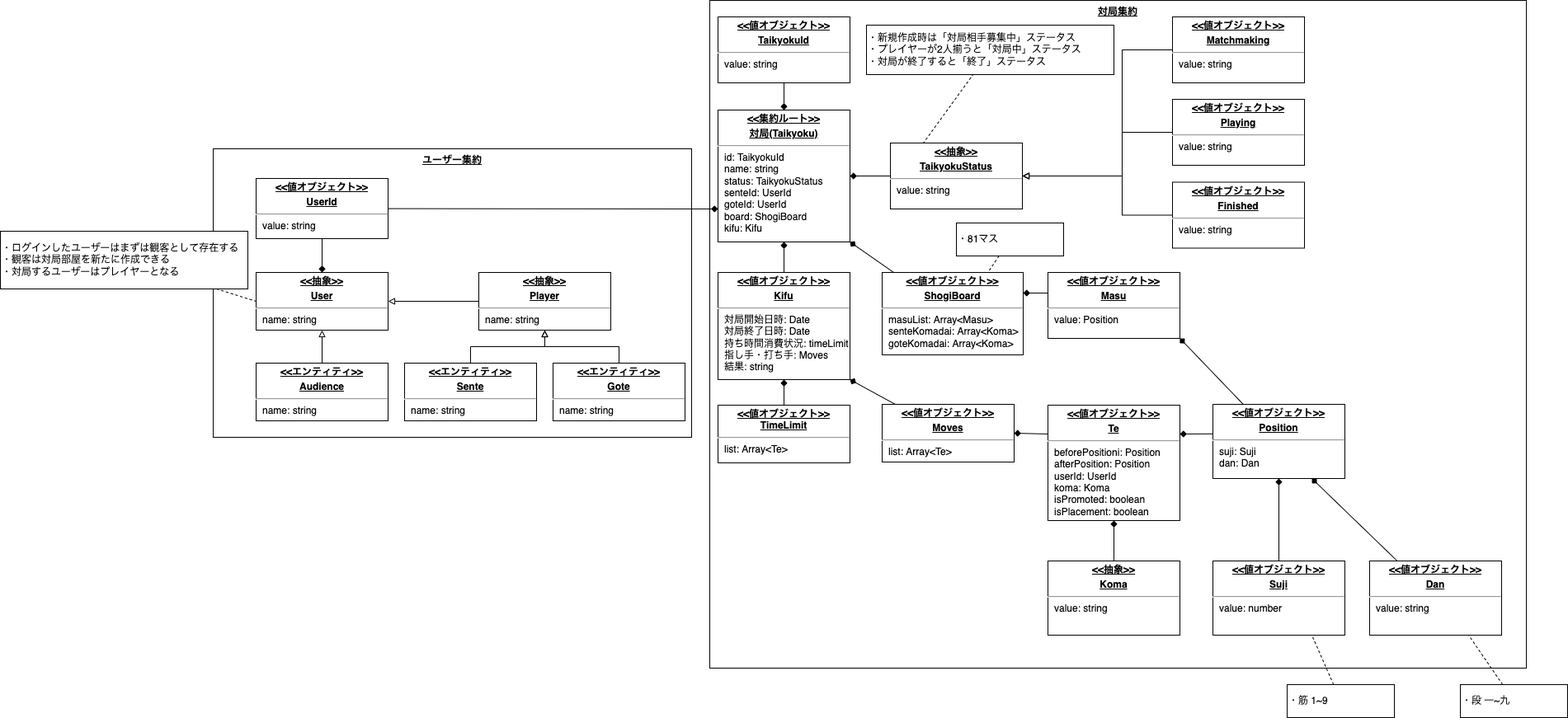
Earlier version of the draw.io export doc/ドメインモデル図.drawio.png (naohiro-kumagai/shogi). Source tidied: cells renumbered, new cells last; positions are measured from the earlier drawing's top-left corner, leaving out a move shared by most shapes.
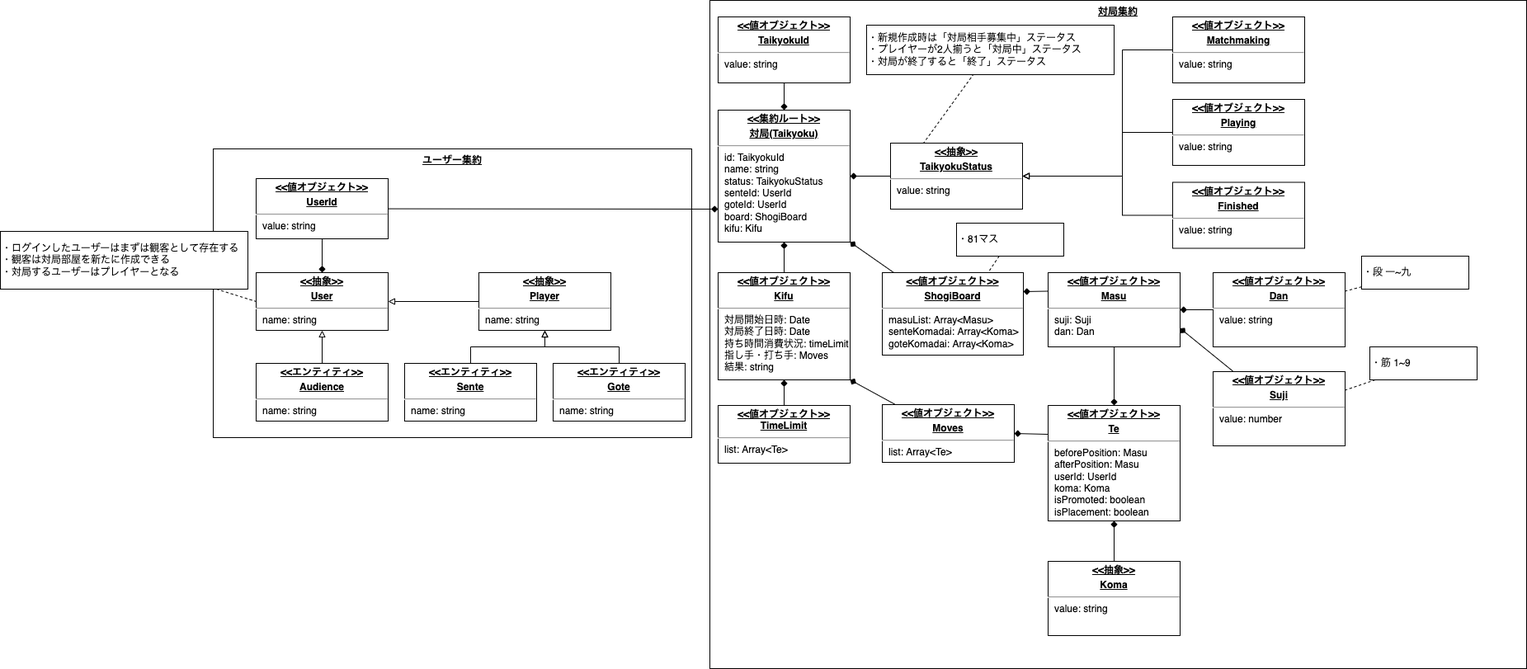
Later version of the same file.

Commit message:
Position classを削除

What changed in the source:
```diff
@@ -123,7 +123,7 @@
     <mxCell id="35" style="edgeStyle=none;html=1;entryX=1;entryY=0.5;entryDx=0;entryDy=0;endArrow=diamond;endFill=1;exitX=0;exitY=0.25;exitDx=0;exitDy=0;" parent="1" edge="1" source="36" target="38">
       <mxGeometry relative="1" as="geometry" />
     </mxCell>
-    <mxCell id="36" value="&lt;p style=&quot;margin:0px;margin-top:4px;text-align:center;text-decoration:underline;&quot;&gt;&lt;b&gt;&amp;lt;&amp;lt;値オブジェクト&amp;gt;&amp;gt;&lt;/b&gt;&lt;/p&gt;&lt;p style=&quot;margin:0px;margin-top:4px;text-align:center;text-decoration:underline;&quot;&gt;&lt;b&gt;Te&lt;/b&gt;&lt;/p&gt;&lt;hr&gt;&lt;p style=&quot;margin:0px;margin-left:8px;&quot;&gt;beforePositioni: Position&lt;/p&gt;&lt;p style=&quot;margin:0px;margin-left:8px;&quot;&gt;afterPosition: Position&lt;/p&gt;&lt;p style=&quot;margin:0px;margin-left:8px;&quot;&gt;userId: UserId&lt;/p&gt;&lt;p style=&quot;margin:0px;margin-left:8px;&quot;&gt;koma: Koma&lt;/p&gt;&lt;p style=&quot;margin:0px;margin-left:8px;&quot;&gt;isPromoted: boolean&lt;/p&gt;&lt;p style=&quot;margin:0px;margin-left:8px;&quot;&gt;isPlacement: boolean&lt;/p&gt;" style="verticalAlign=top;align=left;overflow=fill;fontSize=12;fontFamily=Helvetica;html=1;" parent="1" vertex="1">
+    <mxCell id="36" value="&lt;p style=&quot;margin:0px;margin-top:4px;text-align:center;text-decoration:underline;&quot;&gt;&lt;b&gt;&amp;lt;&amp;lt;値オブジェクト&amp;gt;&amp;gt;&lt;/b&gt;&lt;/p&gt;&lt;p style=&quot;margin:0px;margin-top:4px;text-align:center;text-decoration:underline;&quot;&gt;&lt;b&gt;Te&lt;/b&gt;&lt;/p&gt;&lt;hr&gt;&lt;p style=&quot;margin:0px;margin-left:8px;&quot;&gt;beforePosition: Masu&lt;/p&gt;&lt;p style=&quot;margin:0px;margin-left:8px;&quot;&gt;afterPosition: Masu&lt;/p&gt;&lt;p style=&quot;margin:0px;margin-left:8px;&quot;&gt;userId: UserId&lt;/p&gt;&lt;p style=&quot;margin:0px;margin-left:8px;&quot;&gt;koma: Koma&lt;/p&gt;&lt;p style=&quot;margin:0px;margin-left:8px;&quot;&gt;isPromoted: boolean&lt;/p&gt;&lt;p style=&quot;margin:0px;margin-left:8px;&quot;&gt;isPlacement: boolean&lt;/p&gt;" style="verticalAlign=top;align=left;overflow=fill;fontSize=12;fontFamily=Helvetica;html=1;" parent="1" vertex="1">
       <mxGeometry x="1270" y="491" width="160" height="140" as="geometry" />
     </mxCell>
     <mxCell id="37" style="edgeStyle=none;html=1;entryX=1;entryY=1;entryDx=0;entryDy=0;endArrow=diamond;endFill=1;" parent="1" edge="1" source="38" target="34">
@@ -132,26 +132,17 @@
     <mxCell id="38" value="&lt;p style=&quot;margin:0px;margin-top:4px;text-align:center;text-decoration:underline;&quot;&gt;&lt;b&gt;&amp;lt;&amp;lt;値オブジェクト&amp;gt;&amp;gt;&lt;/b&gt;&lt;/p&gt;&lt;p style=&quot;margin:0px;margin-top:4px;text-align:center;text-decoration:underline;&quot;&gt;&lt;b&gt;Moves&lt;/b&gt;&lt;/p&gt;&lt;hr&gt;&lt;p style=&quot;margin:0px;margin-left:8px;&quot;&gt;&lt;span style=&quot;background-color: initial;&quot;&gt;list: Array&amp;lt;Te&amp;gt;&lt;/span&gt;&lt;br&gt;&lt;/p&gt;" style="verticalAlign=top;align=left;overflow=fill;fontSize=12;fontFamily=Helvetica;html=1;" parent="1" vertex="1">
       <mxGeometry x="1069" y="490" width="160" height="70" as="geometry" />
     </mxCell>
-    <mxCell id="39" style="edgeStyle=none;html=1;entryX=1;entryY=0.25;entryDx=0;entryDy=0;endArrow=diamond;endFill=1;exitX=0.001;exitY=0.398;exitDx=0;exitDy=0;exitPerimeter=0;" parent="1" edge="1" source="41" target="36">
-      <mxGeometry relative="1" as="geometry" />
-    </mxCell>
-    <mxCell id="40" style="rounded=0;html=1;entryX=1;entryY=1;entryDx=0;entryDy=0;endArrow=diamond;endFill=1;" parent="1" edge="1" source="41" target="55">
-      <mxGeometry relative="1" as="geometry" />
-    </mxCell>
-    <mxCell id="41" value="&lt;p style=&quot;margin:0px;margin-top:4px;text-align:center;text-decoration:underline;&quot;&gt;&lt;b&gt;&amp;lt;&amp;lt;値オブジェクト&amp;gt;&amp;gt;&lt;/b&gt;&lt;/p&gt;&lt;p style=&quot;margin:0px;margin-top:4px;text-align:center;text-decoration:underline;&quot;&gt;&lt;b&gt;Position&lt;/b&gt;&lt;/p&gt;&lt;hr&gt;&lt;p style=&quot;margin:0px;margin-left:8px;&quot;&gt;suji: Suji&lt;/p&gt;&lt;p style=&quot;margin:0px;margin-left:8px;&quot;&gt;dan: Dan&lt;/p&gt;" style="verticalAlign=top;align=left;overflow=fill;fontSize=12;fontFamily=Helvetica;html=1;" parent="1" vertex="1">
-      <mxGeometry x="1470" y="490" width="160" height="90" as="geometry" />
-    </mxCell>
-    <mxCell id="42" style="edgeStyle=none;html=1;entryX=0.5;entryY=1;entryDx=0;entryDy=0;endArrow=diamond;endFill=1;" parent="1" edge="1" source="43" target="41">
+    <mxCell id="42" style="edgeStyle=none;html=1;entryX=1;entryY=0.75;entryDx=0;entryDy=0;endArrow=diamond;endFill=1;" parent="1" edge="1" source="43" target="55">
       <mxGeometry relative="1" as="geometry" />
     </mxCell>
     <mxCell id="43" value="&lt;p style=&quot;margin:0px;margin-top:4px;text-align:center;text-decoration:underline;&quot;&gt;&lt;b&gt;&amp;lt;&amp;lt;値オブジェクト&amp;gt;&amp;gt;&lt;/b&gt;&lt;/p&gt;&lt;p style=&quot;margin:0px;margin-top:4px;text-align:center;text-decoration:underline;&quot;&gt;&lt;b&gt;Suji&lt;/b&gt;&lt;/p&gt;&lt;hr&gt;&lt;p style=&quot;margin:0px;margin-left:8px;&quot;&gt;value: number&lt;/p&gt;" style="verticalAlign=top;align=left;overflow=fill;fontSize=12;fontFamily=Helvetica;html=1;" parent="1" vertex="1">
-      <mxGeometry x="1470" y="680" width="160" height="90" as="geometry" />
+      <mxGeometry x="1470" y="450" width="160" height="90" as="geometry" />
     </mxCell>
-    <mxCell id="44" style="edgeStyle=none;html=1;entryX=0.75;entryY=1;entryDx=0;entryDy=0;endArrow=diamond;endFill=1;" parent="1" edge="1" source="45" target="41">
+    <mxCell id="44" style="edgeStyle=none;html=1;entryX=1;entryY=0.5;entryDx=0;entryDy=0;endArrow=diamond;endFill=1;" parent="1" edge="1" source="45" target="55">
       <mxGeometry relative="1" as="geometry" />
     </mxCell>
     <mxCell id="45" value="&lt;p style=&quot;margin:0px;margin-top:4px;text-align:center;text-decoration:underline;&quot;&gt;&lt;b&gt;&amp;lt;&amp;lt;値オブジェクト&amp;gt;&amp;gt;&lt;/b&gt;&lt;/p&gt;&lt;p style=&quot;margin:0px;margin-top:4px;text-align:center;text-decoration:underline;&quot;&gt;&lt;b&gt;Dan&lt;/b&gt;&lt;/p&gt;&lt;hr&gt;&lt;p style=&quot;margin:0px;margin-left:8px;&quot;&gt;value: string&lt;/p&gt;" style="verticalAlign=top;align=left;overflow=fill;fontSize=12;fontFamily=Helvetica;html=1;" parent="1" vertex="1">
-      <mxGeometry x="1660" y="680" width="160" height="90" as="geometry" />
+      <mxGeometry x="1470" y="330" width="160" height="90" as="geometry" />
     </mxCell>
     <mxCell id="46" style="edgeStyle=none;html=1;entryX=0.5;entryY=1;entryDx=0;entryDy=0;endArrow=diamond;endFill=1;" parent="1" edge="1" source="47" target="36">
       <mxGeometry relative="1" as="geometry" />
@@ -165,23 +156,28 @@
     <mxCell id="49" value="&lt;p style=&quot;margin:0px;margin-top:4px;text-align:center;text-decoration:underline;&quot;&gt;&lt;b&gt;&amp;lt;&amp;lt;値オブジェクト&amp;gt;&amp;gt;&lt;/b&gt;&lt;/p&gt;&lt;div style=&quot;text-align: center;&quot;&gt;&lt;span style=&quot;background-color: initial;&quot;&gt;&lt;b&gt;&lt;u&gt;TimeLimit&lt;/u&gt;&lt;/b&gt;&lt;/span&gt;&lt;/div&gt;&lt;hr&gt;&lt;p style=&quot;margin:0px;margin-left:8px;&quot;&gt;&lt;span style=&quot;background-color: initial;&quot;&gt;list: Array&amp;lt;Te&amp;gt;&lt;/span&gt;&lt;br&gt;&lt;/p&gt;" style="verticalAlign=top;align=left;overflow=fill;fontSize=12;fontFamily=Helvetica;html=1;" parent="1" vertex="1">
       <mxGeometry x="870" y="491" width="160" height="70" as="geometry" />
     </mxCell>
-    <mxCell id="50" style="edgeStyle=none;html=1;entryX=0.75;entryY=1;entryDx=0;entryDy=0;endArrow=none;endFill=0;dashed=1;" parent="1" edge="1" source="51" target="45">
+    <mxCell id="50" style="edgeStyle=none;html=1;entryX=1;entryY=0.25;entryDx=0;entryDy=0;endArrow=none;endFill=0;dashed=1;" parent="1" edge="1" source="51" target="45">
       <mxGeometry relative="1" as="geometry" />
     </mxCell>
     <mxCell id="51" value="・段 一~九" style="rounded=0;whiteSpace=wrap;html=1;fillColor=default;align=left;" parent="1" vertex="1">
-      <mxGeometry x="1770" y="830" width="130" height="40" as="geometry" />
+      <mxGeometry x="1650" y="310" width="130" height="40" as="geometry" />
     </mxCell>
-    <mxCell id="52" style="edgeStyle=none;html=1;entryX=0.75;entryY=1;entryDx=0;entryDy=0;dashed=1;endArrow=none;endFill=0;" parent="1" edge="1" source="53" target="43">
+    <mxCell id="52" style="edgeStyle=none;html=1;entryX=1;entryY=0.25;entryDx=0;entryDy=0;dashed=1;endArrow=none;endFill=0;" parent="1" edge="1" source="53" target="43">
       <mxGeometry relative="1" as="geometry" />
     </mxCell>
     <mxCell id="53" value="・筋 1~9" style="rounded=0;whiteSpace=wrap;html=1;fillColor=default;align=left;" parent="1" vertex="1">
-      <mxGeometry x="1560" y="830" width="130" height="40" as="geometry" />
+      <mxGeometry x="1660" y="420" width="130" height="40" as="geometry" />
     </mxCell>
-    <mxCell id="54" style="edgeStyle=none;html=1;entryX=1;entryY=0.25;entryDx=0;entryDy=0;endArrow=diamond;endFill=1;exitX=0;exitY=0.313;exitDx=0;exitDy=0;exitPerimeter=0;" parent="1" edge="1" source="55" target="14">
-      <mxGeometry relative="1" as="geometry" />
+    <mxCell id="54" style="edgeStyle=none;html=1;endArrow=diamond;endFill=1;exitX=0;exitY=0.25;exitDx=0;exitDy=0;" parent="1" edge="1" source="55">
+      <mxGeometry relative="1" as="geometry">
+        <mxPoint x="1240" y="353" as="targetPoint" />
+      </mxGeometry>
     </mxCell>
+    <mxCell id="58" style="edgeStyle=none;rounded=0;html=1;entryX=0.5;entryY=0;entryDx=0;entryDy=0;endArrow=diamond;endFill=1;" parent="1" edge="1" source="55" target="36">
+      <mxGeometry relative="1" as="geometry" />
+    </mxCell>
-    <mxCell id="55" value="&lt;p style=&quot;margin:0px;margin-top:4px;text-align:center;text-decoration:underline;&quot;&gt;&lt;b&gt;&amp;lt;&amp;lt;値オブジェクト&amp;gt;&amp;gt;&lt;/b&gt;&lt;/p&gt;&lt;p style=&quot;margin:0px;margin-top:4px;text-align:center;text-decoration:underline;&quot;&gt;&lt;b&gt;Masu&lt;/b&gt;&lt;/p&gt;&lt;hr&gt;&lt;p style=&quot;margin:0px;margin-left:8px;&quot;&gt;value: Position&lt;/p&gt;" style="verticalAlign=top;align=left;overflow=fill;fontSize=12;fontFamily=Helvetica;html=1;" parent="1" vertex="1">
-      <mxGeometry x="1270" y="330" width="160" height="80" as="geometry" />
+    <mxCell id="55" value="&lt;p style=&quot;margin:0px;margin-top:4px;text-align:center;text-decoration:underline;&quot;&gt;&lt;b&gt;&amp;lt;&amp;lt;値オブジェクト&amp;gt;&amp;gt;&lt;/b&gt;&lt;/p&gt;&lt;p style=&quot;margin:0px;margin-top:4px;text-align:center;text-decoration:underline;&quot;&gt;&lt;b&gt;Masu&lt;/b&gt;&lt;/p&gt;&lt;hr&gt;&lt;p style=&quot;margin:0px;margin-left:8px;&quot;&gt;suji: Suji&lt;/p&gt;&lt;p style=&quot;margin:0px;margin-left:8px;&quot;&gt;dan: Dan&lt;/p&gt;" style="verticalAlign=top;align=left;overflow=fill;fontSize=12;fontFamily=Helvetica;html=1;" parent="1" vertex="1">
+      <mxGeometry x="1270" y="330" width="160" height="90" as="geometry" />
     </mxCell>
     <mxCell id="56" style="edgeStyle=none;rounded=0;html=1;entryX=0.75;entryY=0;entryDx=0;entryDy=0;endArrow=none;endFill=0;dashed=1;" parent="1" edge="1" source="57" target="14">
       <mxGeometry relative="1" as="geometry" />
```
